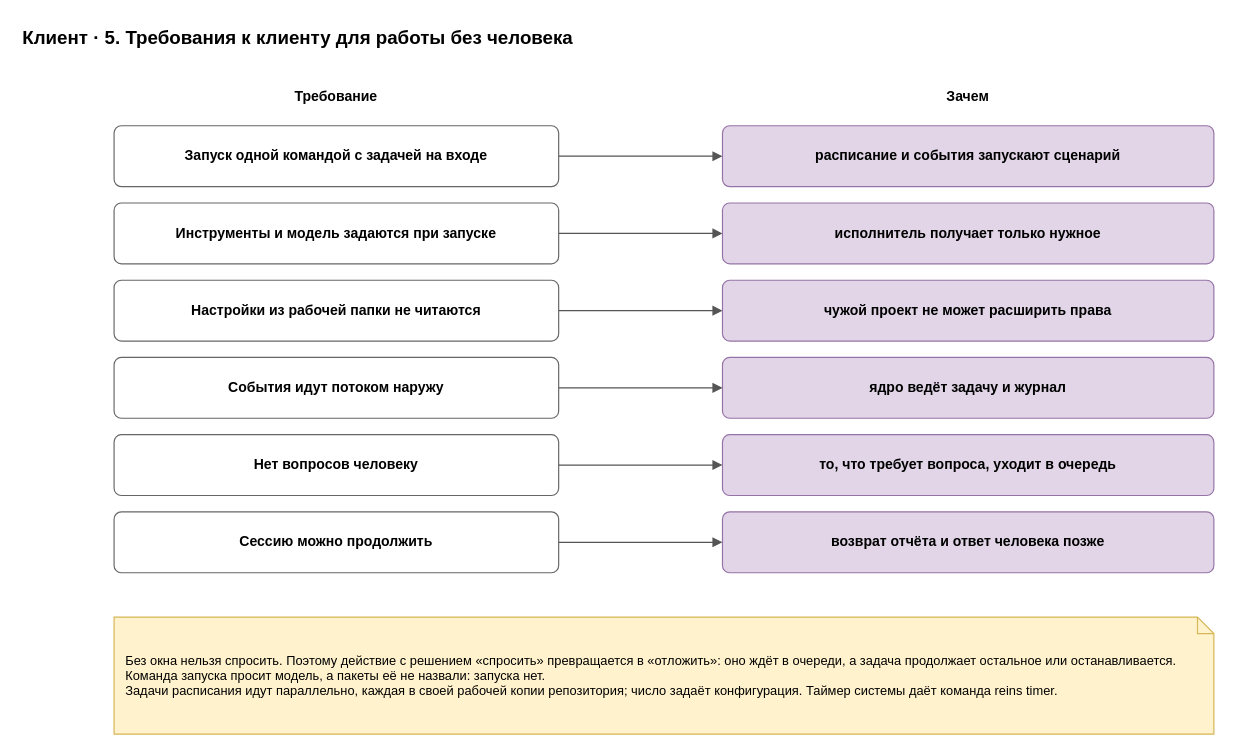
Before: page "5. Работа без окна" (5 of 5) of docs/spec/harness-client.drawio in roygkov/reins, a draw.io diagram. Source tidied: cells renumbered, new cells numbered last; positions are measured from the earlier drawing's top-left corner, leaving out a move shared by most shapes. Both pictures are drawn from the tidied source at 117%, with x=0, y=0 at pixel (20, 20).
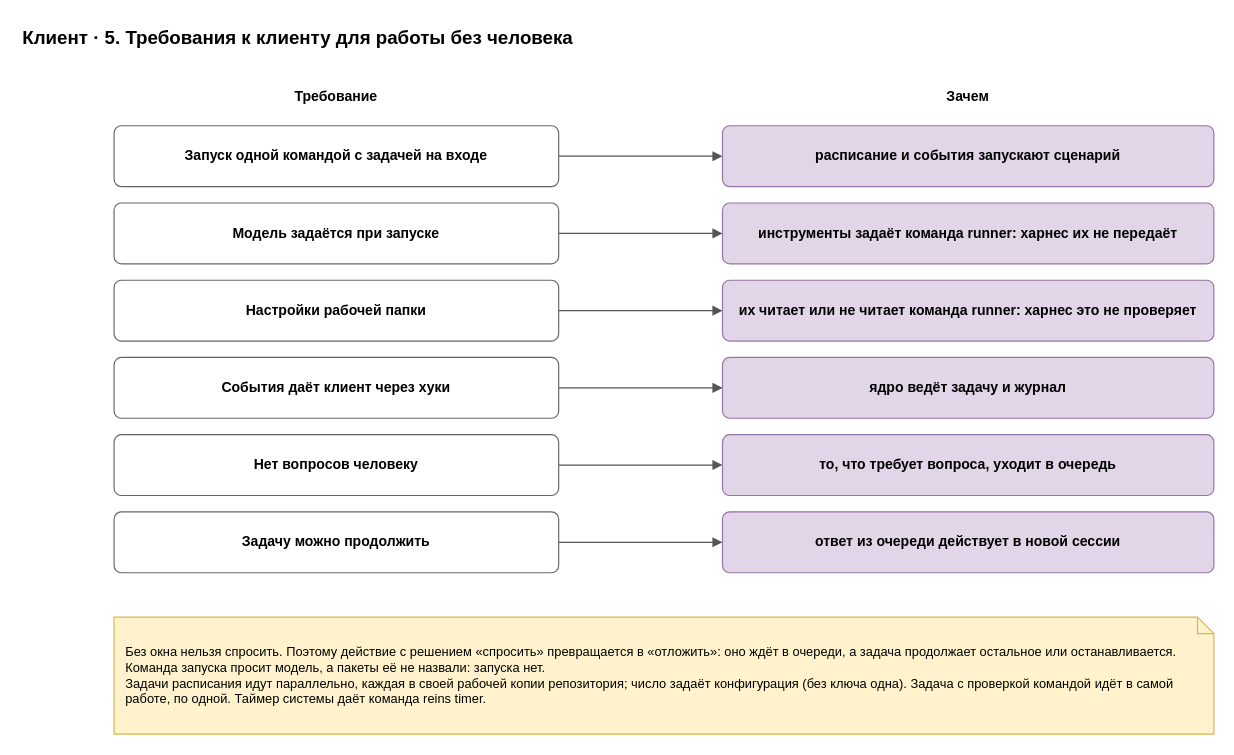
After the change.

Diff of the diagram source:
```diff
@@
-    <mxCell id="8" value="&lt;b&gt;Инструменты и модель задаются при запуске&lt;/b&gt;" style="rounded=1;whiteSpace=wrap;html=1;fillColor=#ffffff;strokeColor=#666666;arcSize=12;" parent="1" vertex="1">
+    <mxCell id="8" value="&lt;b&gt;Модель задаётся при запуске&lt;/b&gt;" style="rounded=1;whiteSpace=wrap;html=1;fillColor=#ffffff;strokeColor=#666666;arcSize=12;" parent="1" vertex="1">
       <mxGeometry x="80" y="156" width="380" height="52" as="geometry" />
     </mxCell>
-    <mxCell id="9" value="&lt;b&gt;исполнитель получает только нужное&lt;/b&gt;" style="rounded=1;whiteSpace=wrap;html=1;fillColor=#e1d5e7;strokeColor=#9673a6;arcSize=12;" parent="1" vertex="1">
+    <mxCell id="9" value="&lt;b&gt;инструменты задаёт команда runner: харнес их не передаёт&lt;/b&gt;" style="rounded=1;whiteSpace=wrap;html=1;fillColor=#e1d5e7;strokeColor=#9673a6;arcSize=12;" parent="1" vertex="1">
       <mxGeometry x="600" y="156" width="420" height="52" as="geometry" />
     </mxCell>
@@
-    <mxCell id="11" value="&lt;b&gt;Настройки из рабочей папки не читаются&lt;/b&gt;" style="rounded=1;whiteSpace=wrap;html=1;fillColor=#ffffff;strokeColor=#666666;arcSize=12;" parent="1" vertex="1">
+    <mxCell id="11" value="&lt;b&gt;Настройки рабочей папки&lt;/b&gt;" style="rounded=1;whiteSpace=wrap;html=1;fillColor=#ffffff;strokeColor=#666666;arcSize=12;" parent="1" vertex="1">
       <mxGeometry x="80" y="222" width="380" height="52" as="geometry" />
     </mxCell>
-    <mxCell id="12" value="&lt;b&gt;чужой проект не может расширить права&lt;/b&gt;" style="rounded=1;whiteSpace=wrap;html=1;fillColor=#e1d5e7;strokeColor=#9673a6;arcSize=12;" parent="1" vertex="1">
+    <mxCell id="12" value="&lt;b&gt;их читает или не читает команда runner: харнес это не проверяет&lt;/b&gt;" style="rounded=1;whiteSpace=wrap;html=1;fillColor=#e1d5e7;strokeColor=#9673a6;arcSize=12;" parent="1" vertex="1">
       <mxGeometry x="600" y="222" width="420" height="52" as="geometry" />
     </mxCell>
@@
-    <mxCell id="14" value="&lt;b&gt;События идут потоком наружу&lt;/b&gt;" style="rounded=1;whiteSpace=wrap;html=1;fillColor=#ffffff;strokeColor=#666666;arcSize=12;" parent="1" vertex="1">
+    <mxCell id="14" value="&lt;b&gt;События даёт клиент через хуки&lt;/b&gt;" style="rounded=1;whiteSpace=wrap;html=1;fillColor=#ffffff;strokeColor=#666666;arcSize=12;" parent="1" vertex="1">
       <mxGeometry x="80" y="288" width="380" height="52" as="geometry" />
     </mxCell>
@@
-    <mxCell id="20" value="&lt;b&gt;Сессию можно продолжить&lt;/b&gt;" style="rounded=1;whiteSpace=wrap;html=1;fillColor=#ffffff;strokeColor=#666666;arcSize=12;" parent="1" vertex="1">
+    <mxCell id="20" value="&lt;b&gt;Задачу можно продолжить&lt;/b&gt;" style="rounded=1;whiteSpace=wrap;html=1;fillColor=#ffffff;strokeColor=#666666;arcSize=12;" parent="1" vertex="1">
       <mxGeometry x="80" y="420" width="380" height="52" as="geometry" />
     </mxCell>
-    <mxCell id="21" value="&lt;b&gt;возврат отчёта и ответ человека позже&lt;/b&gt;" style="rounded=1;whiteSpace=wrap;html=1;fillColor=#e1d5e7;strokeColor=#9673a6;arcSize=12;" parent="1" vertex="1">
+    <mxCell id="21" value="&lt;b&gt;ответ из очереди действует в новой сессии&lt;/b&gt;" style="rounded=1;whiteSpace=wrap;html=1;fillColor=#e1d5e7;strokeColor=#9673a6;arcSize=12;" parent="1" vertex="1">
       <mxGeometry x="600" y="420" width="420" height="52" as="geometry" />
     </mxCell>
@@
-    <mxCell id="23" value="Без окна нельзя спросить. Поэтому действие с решением «спросить» превращается в «отложить»: оно ждёт в очереди, а задача продолжает остальное или останавливается.&lt;br&gt;Команда запуска просит модель, а пакеты её не назвали: запуска нет.&lt;br&gt;Задачи расписания идут параллельно, каждая в своей рабочей копии репозитория; число задаёт конфигурация. Таймер системы даёт команда reins timer." style="shape=note;whiteSpace=wrap;html=1;backgroundOutline=1;size=14;fillColor=#fff2cc;strokeColor=#d6b656;align=left;spacingLeft=8;spacingRight=8;fontSize=11;" parent="1" vertex="1">
+    <mxCell id="23" value="Без окна нельзя спросить. Поэтому действие с решением «спросить» превращается в «отложить»: оно ждёт в очереди, а задача продолжает остальное или останавливается.&lt;br&gt;Команда запуска просит модель, а пакеты её не назвали: запуска нет.&lt;br&gt;Задачи расписания идут параллельно, каждая в своей рабочей копии репозитория; число задаёт конфигурация (без ключа одна). Задача с проверкой командой идёт в самой работе, по одной. Таймер системы даёт команда reins timer." style="shape=note;whiteSpace=wrap;html=1;backgroundOutline=1;size=14;fillColor=#fff2cc;strokeColor=#d6b656;align=left;spacingLeft=8;spacingRight=8;fontSize=11;" parent="1" vertex="1">
       <mxGeometry x="80" y="510" width="940" height="100" as="geometry" />
     </mxCell>
```
